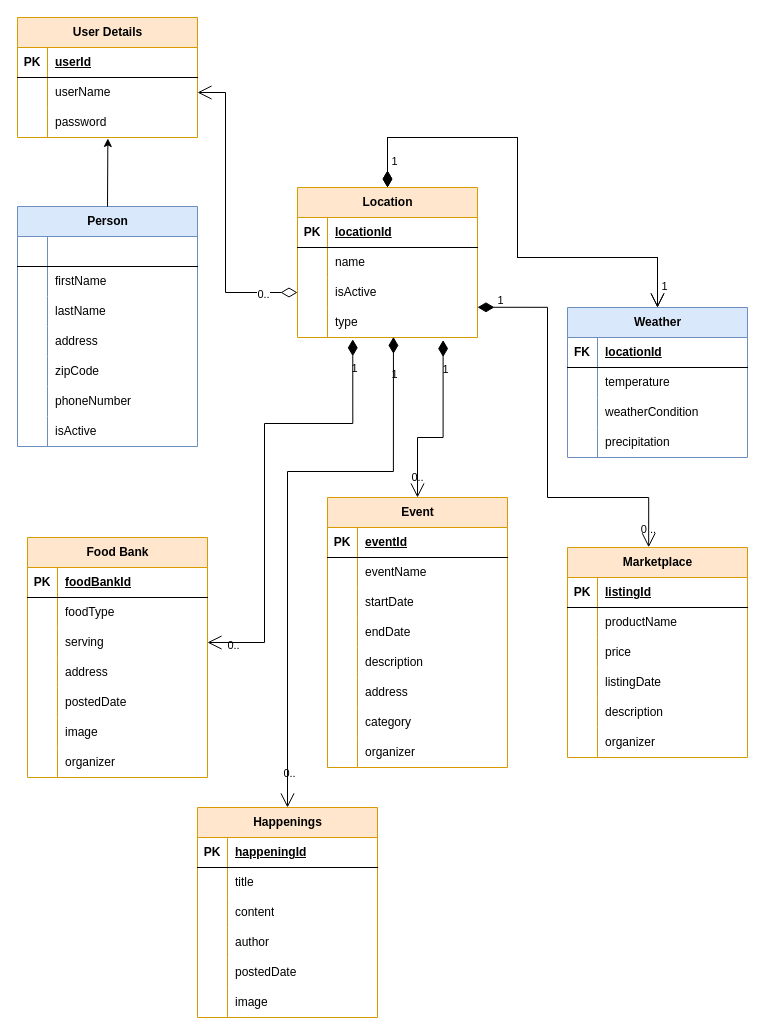
Above: locAll.drawio in thejusthom/locALL (draw.io), before the change. Source tidied: cells renumbered, new cells numbered last; positions are measured from the earlier drawing's top-left corner, leaving out a move shared by most shapes. Both pictures are drawn from the tidied source at 100%, with x=0, y=0 at pixel (17, 17).
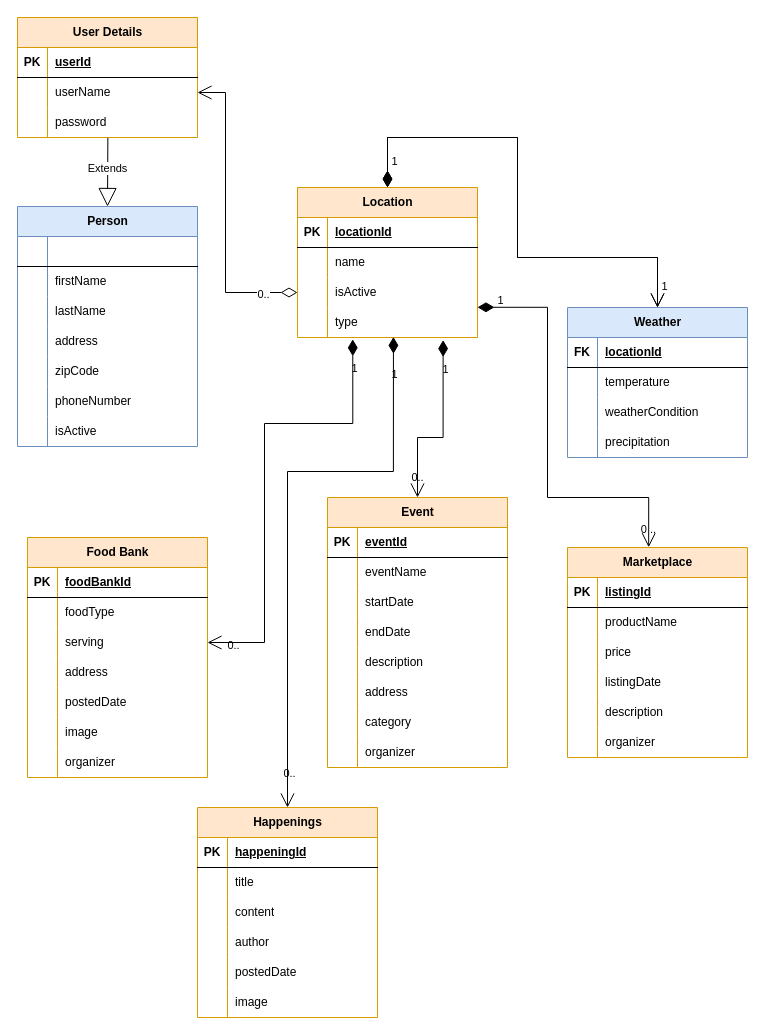
Above is the later version.

Commit message (it also covers changes not shown here):
[Intial-Config] drawio changes

The change refers to these unchanged cells:
```xml
<mxCell id="15" value="Person" style="shape=table;startSize=30;childLayout=tableLayout;rowLines=0;fontStyle=1;align=center;html=1;labelBackgroundColor=none;fillColor=#dae8fc;strokeColor=#6c8ebf;" parent="1" vertex="1">
  <mxGeometry y="189" width="180" height="240" as="geometry" />
</mxCell>
<mxCell id="44" style="shape=tableRow;horizontal=0;startSize=0;swimlaneHead=0;swimlaneBody=0;fillColor=none;points=[[0,0.5],[1,0.5]];portConstraint=eastwest;top=0;left=0;right=0;bottom=0;labelBackgroundColor=none;" parent="37" vertex="1">
  <mxGeometry y="90" width="180" height="30" as="geometry" />
</mxCell>
```

What changed in the source:
```diff
@@
-    <mxCell id="126" style="endArrow=classic;html=1;rounded=0;entryX=0.502;entryY=1.033;entryDx=0;entryDy=0;entryPerimeter=0;exitX=0.5;exitY=0;exitDx=0;exitDy=0;labelBackgroundColor=none;fontColor=default;" parent="1" edge="1" source="15" target="44">
-      <mxGeometry relative="1" as="geometry" />
-    </mxCell>
@@
+    <mxCell id="164" value="Extends" style="endArrow=block;endSize=16;endFill=0;html=1;rounded=0;entryX=0.5;entryY=0;entryDx=0;entryDy=0;exitX=0.502;exitY=1.012;exitDx=0;exitDy=0;exitPerimeter=0;" parent="1" edge="1" source="44" target="15">
+      <mxGeometry x="-0.11" relative="1" as="geometry" />
+    </mxCell>
```
